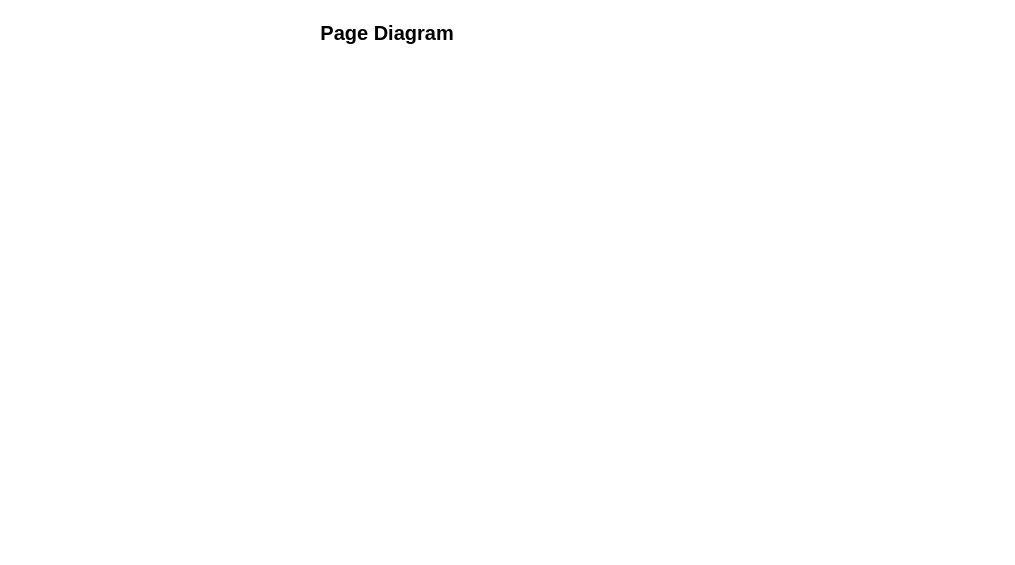
Earlier version of the draw.io diagram Untitled Diagram.drawio (chrisshuo123/intanJaya). Source tidied: cells renumbered, new cells numbered last; positions are measured from the earlier drawing's top-left corner, leaving out a move shared by most shapes. Both pictures are drawn from the tidied source at 100%, with x=0, y=0 at pixel (302, 17).
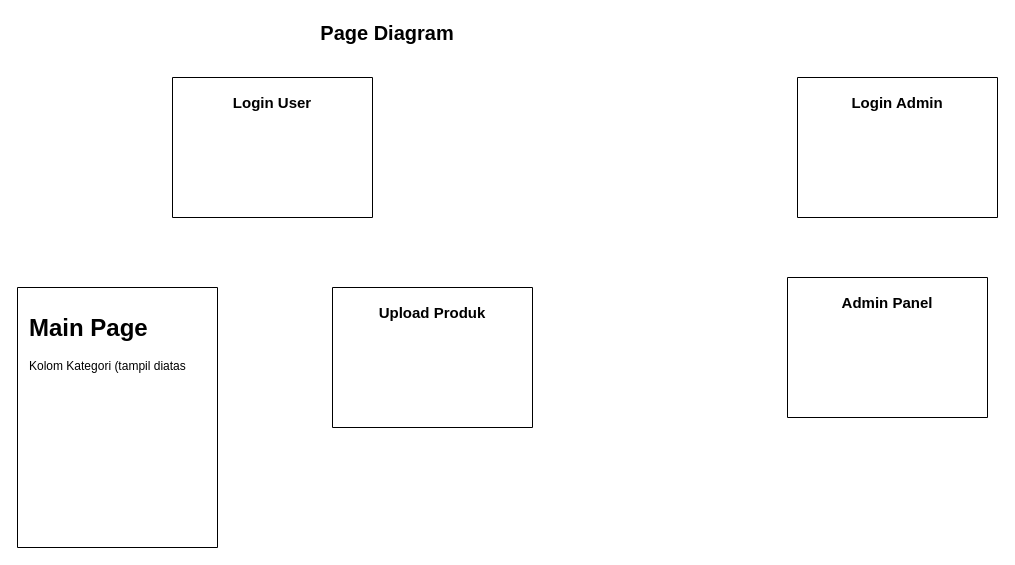
Above is the later version.

Diff of the diagram source:
```diff
@@
 <mxGraphModel>
   <root>
     <mxCell id="0" />
     <mxCell id="1" parent="0" />
     <mxCell id="2" value="&lt;font style=&quot;font-size: 20px;&quot;&gt;Page Diagram&lt;/font&gt;" style="text;strokeColor=none;align=center;fillColor=none;html=1;verticalAlign=middle;whiteSpace=wrap;rounded=0;fontStyle=1;" parent="1" vertex="1">
       <mxGeometry width="170" height="30" as="geometry" />
     </mxCell>
+    <mxCell id="3" style="swimlane;startSize=0;" parent="1" vertex="1">
+      <mxGeometry x="-130" y="60" width="200" height="140" as="geometry" />
+    </mxCell>
+    <mxCell id="4" value="Login User" style="text;html=1;align=center;verticalAlign=middle;whiteSpace=wrap;rounded=0;fontStyle=1;fontSize=15;" parent="3" vertex="1">
+      <mxGeometry x="45" y="10" width="110" height="30" as="geometry" />
+    </mxCell>
+    <mxCell id="5" style="swimlane;startSize=0;" parent="1" vertex="1">
+      <mxGeometry x="-285" y="270" width="200" height="260" as="geometry" />
+    </mxCell>
+    <mxCell id="6" value="&lt;h1 style=&quot;margin-top: 0px;&quot;&gt;Main Page&lt;/h1&gt;&lt;p&gt;Kolom Kategori (tampil diatas&lt;br&gt;&lt;/p&gt;&lt;p&gt;&lt;br&gt;&lt;/p&gt;" style="text;html=1;whiteSpace=wrap;overflow=hidden;rounded=0;" parent="5" vertex="1">
+      <mxGeometry x="10" y="20" width="180" height="120" as="geometry" />
+    </mxCell>
+    <mxCell id="7" style="swimlane;startSize=0;" parent="1" vertex="1">
+      <mxGeometry x="30" y="270" width="200" height="140" as="geometry" />
+    </mxCell>
+    <mxCell id="8" value="Upload Produk" style="text;html=1;align=center;verticalAlign=middle;whiteSpace=wrap;rounded=0;fontStyle=1;fontSize=15;" parent="7" vertex="1">
+      <mxGeometry x="45" y="10" width="110" height="30" as="geometry" />
+    </mxCell>
+    <mxCell id="9" style="swimlane;startSize=0;" parent="1" vertex="1">
+      <mxGeometry x="495" y="60" width="200" height="140" as="geometry" />
+    </mxCell>
+    <mxCell id="10" value="Login Admin" style="text;html=1;align=center;verticalAlign=middle;whiteSpace=wrap;rounded=0;fontStyle=1;fontSize=15;" parent="9" vertex="1">
+      <mxGeometry x="45" y="10" width="110" height="30" as="geometry" />
+    </mxCell>
+    <mxCell id="11" style="edgeStyle=orthogonalEdgeStyle;rounded=0;orthogonalLoop=1;jettySize=auto;html=1;exitX=0.5;exitY=1;exitDx=0;exitDy=0;" parent="9" edge="1" source="10" target="10">
+      <mxGeometry relative="1" as="geometry" />
+    </mxCell>
+    <mxCell id="12" style="swimlane;startSize=0;" parent="1" vertex="1">
+      <mxGeometry x="485" y="260" width="200" height="140" as="geometry" />
+    </mxCell>
+    <mxCell id="13" value="Admin Panel" style="text;html=1;align=center;verticalAlign=middle;whiteSpace=wrap;rounded=0;fontStyle=1;fontSize=15;" parent="12" vertex="1">
+      <mxGeometry x="45" y="10" width="110" height="30" as="geometry" />
+    </mxCell>
+    <mxCell id="14" style="edgeStyle=orthogonalEdgeStyle;rounded=0;orthogonalLoop=1;jettySize=auto;html=1;exitX=0.5;exitY=1;exitDx=0;exitDy=0;" parent="12" edge="1" source="13" target="13">
+      <mxGeometry relative="1" as="geometry" />
+    </mxCell>
   </root>
 </mxGraphModel>
```
